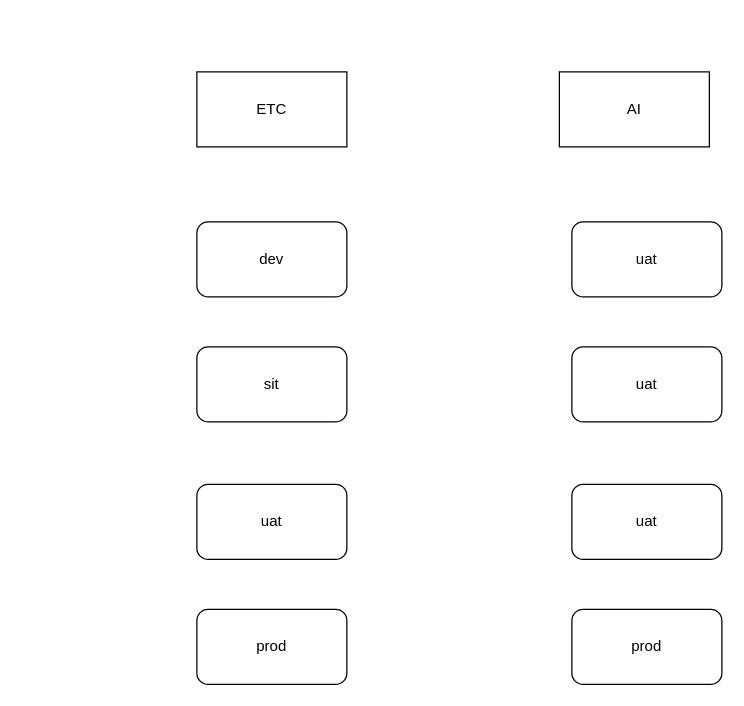
Earlier version of the draw.io diagram 2.drawio (GEDS1990/docs). Source tidied: cells renumbered, new cells numbered last; positions are measured from the earlier drawing's top-left corner, leaving out a move shared by most shapes. Both pictures are drawn from the tidied source at 125%, with x=0, y=0 at pixel (196, 71).
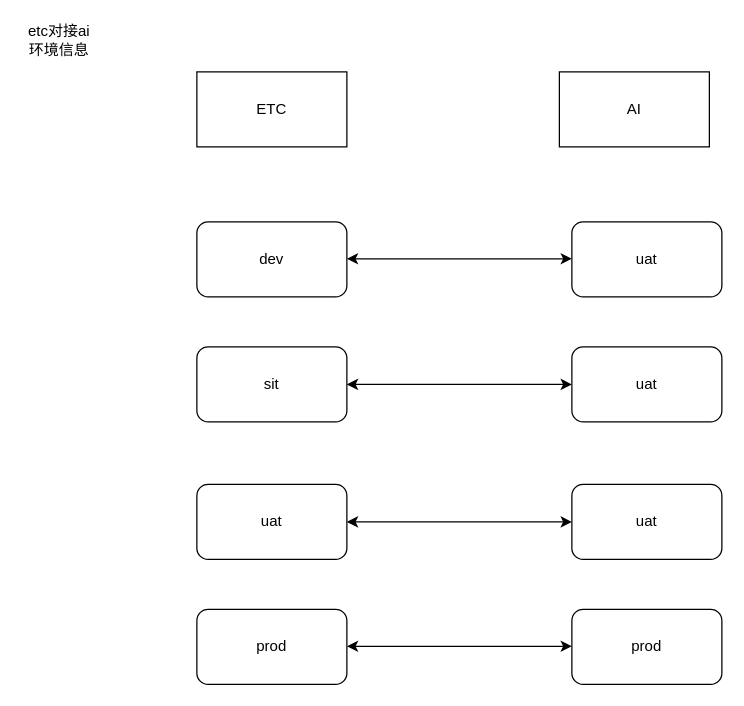
The same page after the edit.

What changed in the source:
```diff
@@
 <mxGraphModel>
   <root>
     <mxCell id="0" />
     <mxCell id="1" parent="0" />
     <mxCell id="2" value="ETC" style="rounded=0;whiteSpace=wrap;html=1;" parent="1" vertex="1">
       <mxGeometry width="120" height="60" as="geometry" />
     </mxCell>
     <mxCell id="3" value="AI" style="rounded=0;whiteSpace=wrap;html=1;" parent="1" vertex="1">
       <mxGeometry x="290" width="120" height="60" as="geometry" />
     </mxCell>
     <mxCell id="4" value="dev" style="rounded=1;whiteSpace=wrap;html=1;" parent="1" vertex="1">
       <mxGeometry y="120" width="120" height="60" as="geometry" />
     </mxCell>
     <mxCell id="5" value="sit" style="rounded=1;whiteSpace=wrap;html=1;" parent="1" vertex="1">
       <mxGeometry y="220" width="120" height="60" as="geometry" />
     </mxCell>
     <mxCell id="6" value="uat" style="rounded=1;whiteSpace=wrap;html=1;" parent="1" vertex="1">
       <mxGeometry y="330" width="120" height="60" as="geometry" />
     </mxCell>
     <mxCell id="7" value="prod" style="rounded=1;whiteSpace=wrap;html=1;" parent="1" vertex="1">
       <mxGeometry y="430" width="120" height="60" as="geometry" />
     </mxCell>
     <mxCell id="8" value="uat" style="rounded=1;whiteSpace=wrap;html=1;" parent="1" vertex="1">
       <mxGeometry x="300" y="120" width="120" height="60" as="geometry" />
     </mxCell>
     <mxCell id="9" value="uat" style="rounded=1;whiteSpace=wrap;html=1;" parent="1" vertex="1">
       <mxGeometry x="300" y="220" width="120" height="60" as="geometry" />
     </mxCell>
     <mxCell id="10" value="uat" style="rounded=1;whiteSpace=wrap;html=1;" parent="1" vertex="1">
       <mxGeometry x="300" y="330" width="120" height="60" as="geometry" />
     </mxCell>
     <mxCell id="11" value="prod" style="rounded=1;whiteSpace=wrap;html=1;" parent="1" vertex="1">
       <mxGeometry x="300" y="430" width="120" height="60" as="geometry" />
     </mxCell>
+    <mxCell id="12" style="endArrow=classic;startArrow=classic;html=1;rounded=0;entryX=0;entryY=0.5;entryDx=0;entryDy=0;exitX=1;exitY=0.5;exitDx=0;exitDy=0;" parent="1" edge="1" source="6" target="10">
+      <mxGeometry relative="1" as="geometry" />
+    </mxCell>
+    <mxCell id="13" style="endArrow=classic;startArrow=classic;html=1;rounded=0;entryX=0;entryY=0.5;entryDx=0;entryDy=0;exitX=1;exitY=0.5;exitDx=0;exitDy=0;" parent="1" edge="1">
+      <mxGeometry relative="1" as="geometry">
+        <mxPoint x="120" y="250" as="sourcePoint" />
+        <mxPoint x="300" y="250" as="targetPoint" />
+      </mxGeometry>
+    </mxCell>
+    <mxCell id="14" style="endArrow=classic;startArrow=classic;html=1;rounded=0;entryX=0;entryY=0.5;entryDx=0;entryDy=0;exitX=1;exitY=0.5;exitDx=0;exitDy=0;" parent="1" edge="1">
+      <mxGeometry relative="1" as="geometry">
+        <mxPoint x="120" y="149.5" as="sourcePoint" />
+        <mxPoint x="300" y="149.5" as="targetPoint" />
+      </mxGeometry>
+    </mxCell>
+    <mxCell id="15" style="endArrow=classic;startArrow=classic;html=1;rounded=0;entryX=0;entryY=0.5;entryDx=0;entryDy=0;exitX=1;exitY=0.5;exitDx=0;exitDy=0;" parent="1" edge="1">
+      <mxGeometry relative="1" as="geometry">
+        <mxPoint x="120" y="459.5" as="sourcePoint" />
+        <mxPoint x="300" y="459.5" as="targetPoint" />
+      </mxGeometry>
+    </mxCell>
+    <mxCell id="16" value="etc对接ai环境信息" style="text;html=1;strokeColor=none;fillColor=none;align=center;verticalAlign=middle;whiteSpace=wrap;rounded=0;" parent="1" vertex="1">
+      <mxGeometry x="-140" y="-40" width="60" height="30" as="geometry" />
+    </mxCell>
   </root>
 </mxGraphModel>
```
